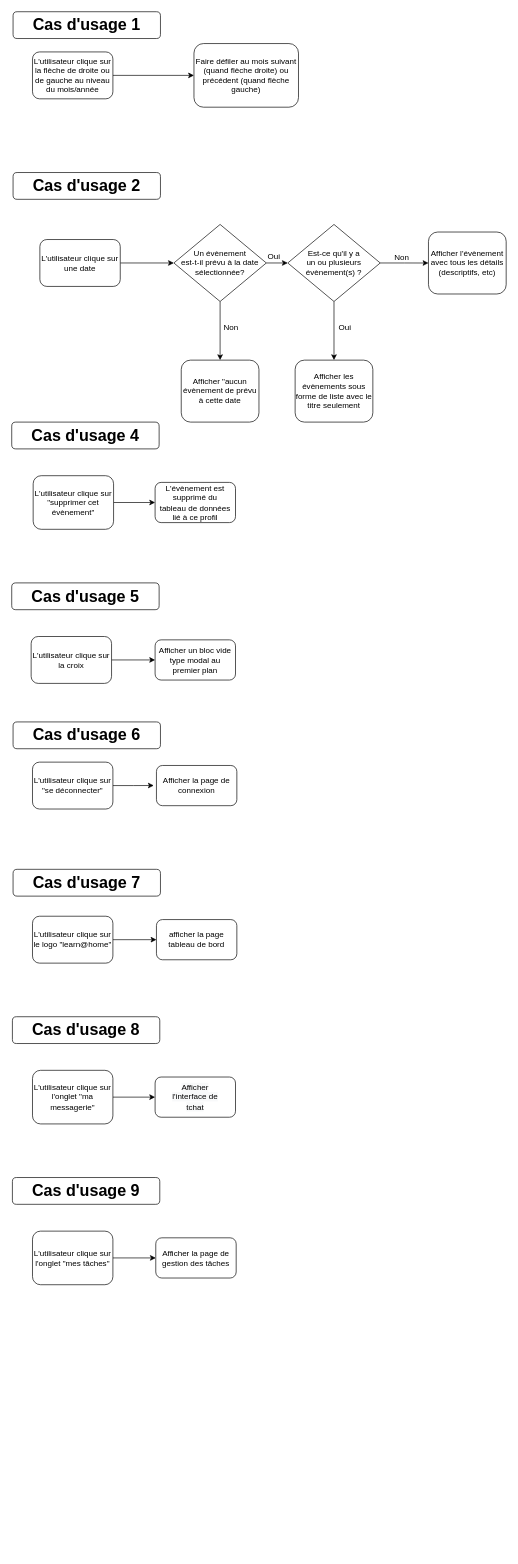
Before: page "Page de calendrier" (4 of 5) of Learn@Home_Diagrammes.drawio in Adv13/DENIE_Tiffany_10_03032022, a draw.io diagram. Source tidied: cells renumbered, new cells numbered last; positions are measured from the earlier drawing's top-left corner, leaving out a move shared by most shapes. Both pictures are drawn from the tidied source at 67%, with x=0, y=0 at pixel (11, 11).
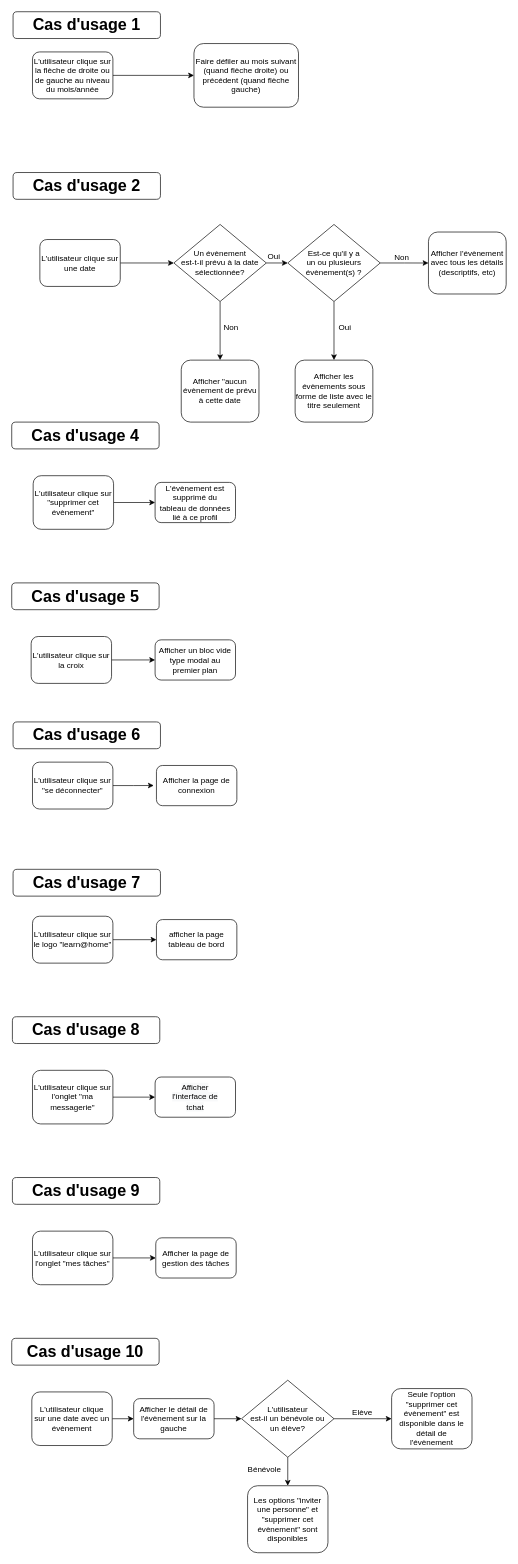
Above is the later version.

Diff of the diagram source:
```diff
@@
+    <mxCell id="46" style="edgeStyle=orthogonalEdgeStyle;rounded=0;jettySize=auto;html=1;exitX=1;exitY=0.5;exitDx=0;exitDy=0;entryX=0;entryY=0.5;entryDx=0;entryDy=0;fontSize=12;" parent="1" edge="1" source="47" target="49">
+      <mxGeometry relative="1" as="geometry" />
+    </mxCell>
+    <mxCell id="47" value="L'utilisateur clique &lt;br&gt;sur une date avec un évènement" style="rounded=1;whiteSpace=wrap;html=1;fontSize=12;" parent="1" vertex="1">
+      <mxGeometry x="30" y="2060" width="120" height="80" as="geometry" />
+    </mxCell>
+    <mxCell id="48" style="edgeStyle=orthogonalEdgeStyle;rounded=0;jettySize=auto;html=1;exitX=1;exitY=0.5;exitDx=0;exitDy=0;entryX=0;entryY=0.5;entryDx=0;entryDy=0;" parent="1" edge="1" source="49" target="53">
+      <mxGeometry relative="1" as="geometry" />
+    </mxCell>
+    <mxCell id="49" value="Afficher le détail de l'évènement sur la gauche" style="rounded=1;whiteSpace=wrap;html=1;fontSize=12;" parent="1" vertex="1">
+      <mxGeometry x="182" y="2070" width="120" height="60" as="geometry" />
+    </mxCell>
+    <mxCell id="50" value="&lt;b&gt;&lt;font style=&quot;font-size: 24px&quot;&gt;Cas d'usage 10&lt;/font&gt;&lt;/b&gt;" style="rounded=1;whiteSpace=wrap;html=1;fontSize=12;glass=0;strokeWidth=1;shadow=0;" parent="1" vertex="1">
+      <mxGeometry y="1980" width="220" height="40" as="geometry" />
+    </mxCell>
+    <mxCell id="51" style="edgeStyle=orthogonalEdgeStyle;rounded=0;jettySize=auto;html=1;exitX=1;exitY=0.5;exitDx=0;exitDy=0;entryX=0;entryY=0.5;entryDx=0;entryDy=0;" parent="1" edge="1" source="53" target="55">
+      <mxGeometry relative="1" as="geometry" />
+    </mxCell>
+    <mxCell id="52" style="edgeStyle=orthogonalEdgeStyle;rounded=0;jettySize=auto;html=1;exitX=0.5;exitY=1;exitDx=0;exitDy=0;" parent="1" edge="1" source="53" target="54">
+      <mxGeometry relative="1" as="geometry" />
+    </mxCell>
+    <mxCell id="53" value="L'utilisateur &lt;br&gt;est-il un bénévole ou&lt;br&gt;un élève?" style="rhombus;whiteSpace=wrap;html=1;fontSize=12;" parent="1" vertex="1">
+      <mxGeometry x="343" y="2042.5" width="138" height="115" as="geometry" />
+    </mxCell>
+    <mxCell id="54" value="Les options &quot;inviter une personne&quot; et &quot;supprimer cet évènement&quot; sont disponibles" style="rounded=1;whiteSpace=wrap;html=1;fontSize=12;" parent="1" vertex="1">
+      <mxGeometry x="352" y="2200" width="120" height="100" as="geometry" />
+    </mxCell>
+    <mxCell id="55" value="Seule l'option &quot;supprimer cet évènement&quot; est disponible dans le détail de&lt;br&gt;l'évènement" style="rounded=1;whiteSpace=wrap;html=1;fontSize=12;" parent="1" vertex="1">
+      <mxGeometry x="567" y="2055" width="120" height="90" as="geometry" />
+    </mxCell>
+    <mxCell id="56" value="Elève" style="text;html=1;strokeColor=none;fillColor=none;align=center;verticalAlign=middle;whiteSpace=wrap;rounded=0;fontSize=12;" parent="1" vertex="1">
+      <mxGeometry x="508" y="2080" width="31" height="22.5" as="geometry" />
+    </mxCell>
+    <mxCell id="57" value="Bénévole" style="text;html=1;strokeColor=none;fillColor=none;align=center;verticalAlign=middle;whiteSpace=wrap;rounded=0;fontSize=12;" parent="1" vertex="1">
+      <mxGeometry x="352" y="2165" width="51" height="22.5" as="geometry" />
+    </mxCell>
```
